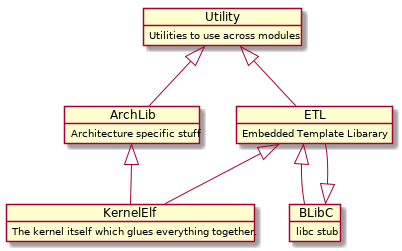
Before: Docs/ModuleDiagram.png, a diagram exported from PlantUML (cbladt/BladtOS).
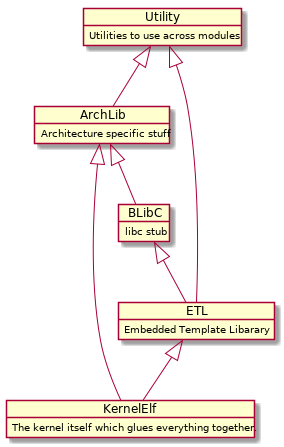
After the commit.

Change to the diagram source:
```diff
@@ -18,9 +18,9 @@
 BLibC <|-- ETL
 
 ArchLib <|-- KernelElf
+ArchLib <|-- BLibC
 
 ETL <|-- KernelElf
-ETL <|-- BLibC
 
 Utility <|-- ArchLib
 Utility <|-- ETL
```
